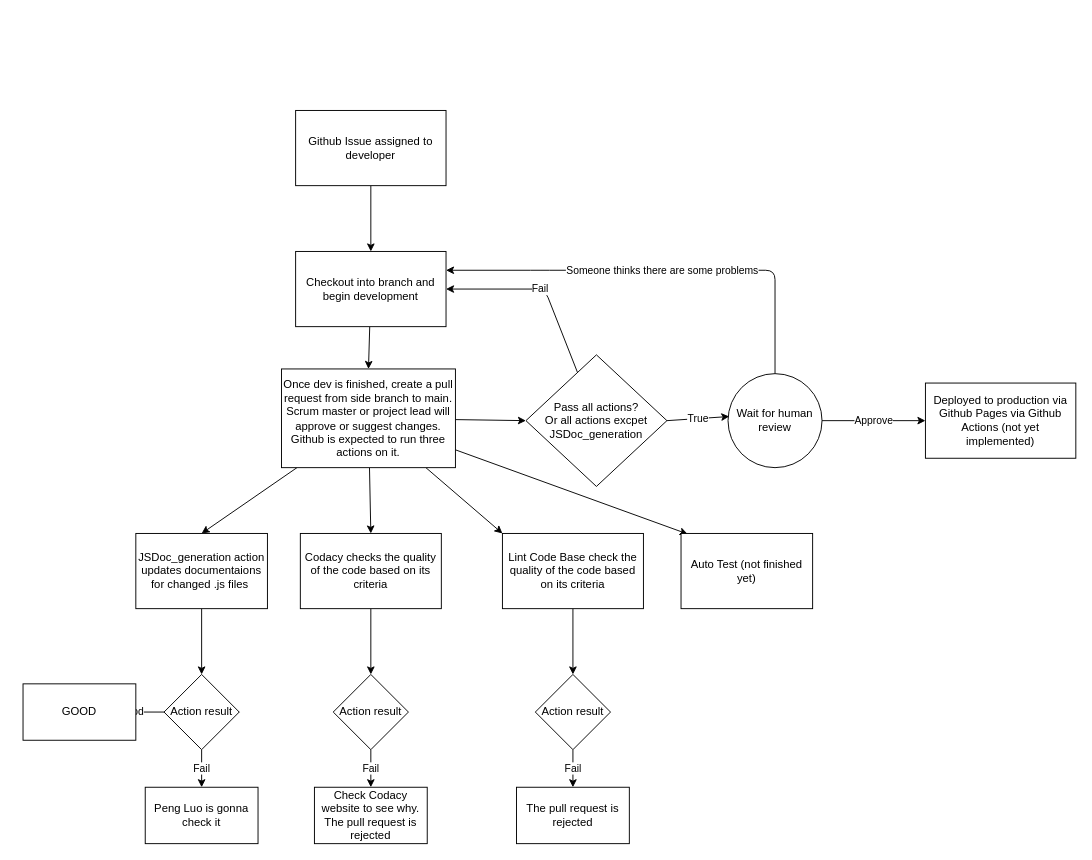
The draw.io diagram admin/cipipeline/phase2.drawio in cse110-fa22-group32/ProSeed-Smart-Calendar, before the edit. Source tidied: cells renumbered, new cells numbered last; positions are measured from the earlier drawing's top-left corner, leaving out a move shared by most shapes. Both pictures are drawn from the tidied source at 94%, with x=0, y=0 at pixel (23, 110).
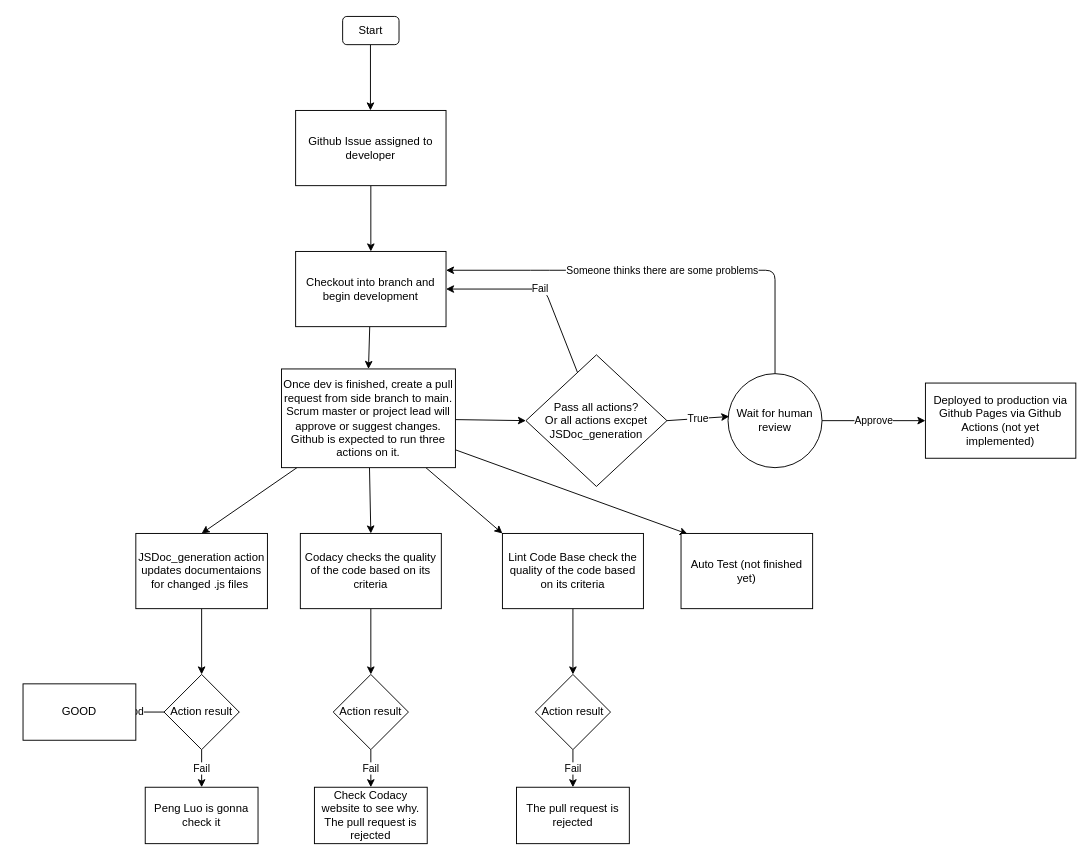
Above is the later version.

What changed in the source:
```diff
@@
+    <mxCell id="37" style="edgeStyle=none;html=1;entryX=0.5;entryY=0;entryDx=0;entryDy=0;" parent="1" edge="1">
+      <mxGeometry relative="1" as="geometry">
+        <mxPoint x="369.6" y="-70" as="sourcePoint" />
+        <mxPoint x="369.6" as="targetPoint" />
+      </mxGeometry>
+    </mxCell>
+    <mxCell id="38" value="Start" style="whiteSpace=wrap;html=1;rounded=1;" parent="1" vertex="1">
+      <mxGeometry x="340" y="-100" width="60" height="30" as="geometry" />
+    </mxCell>
```
